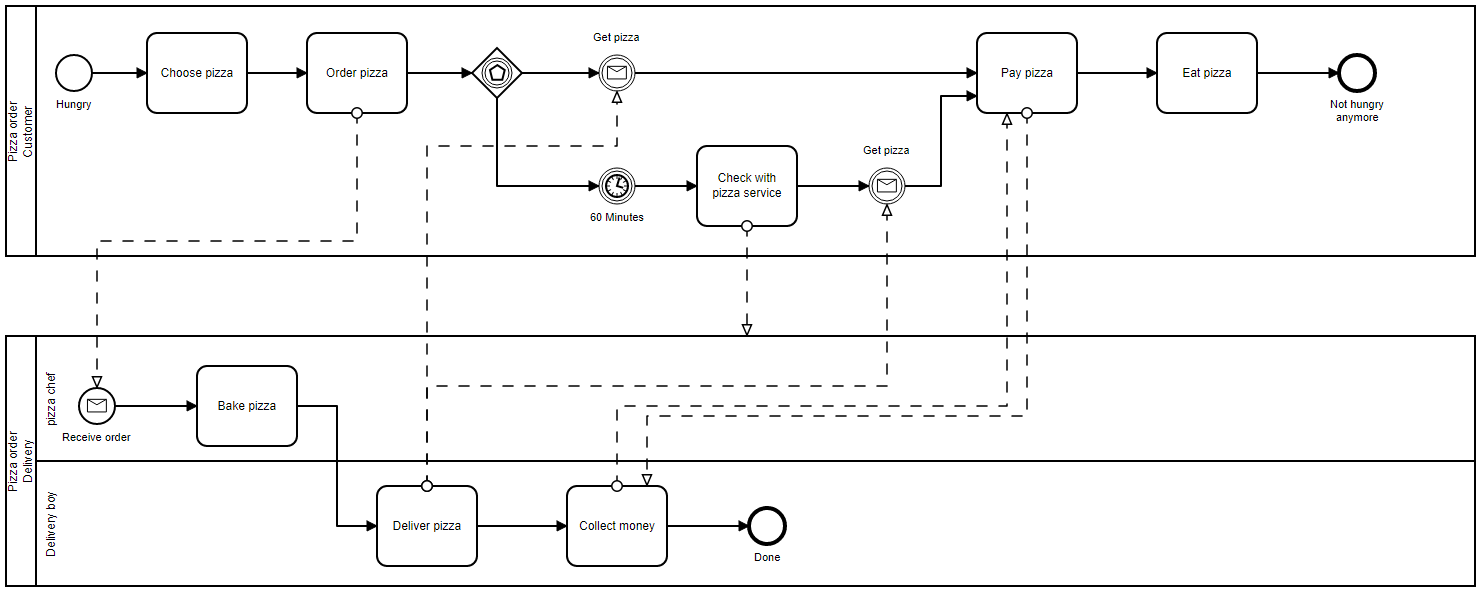
Before: BPMN/PNG/full_process_overview_pizza_service.png, a diagram exported from BPMN (NovatecConsulting/camunda-voice-control). Its source is kept beside it as BPMN/full_process_overview_pizza_service.bpmn. Ids are renumbered.
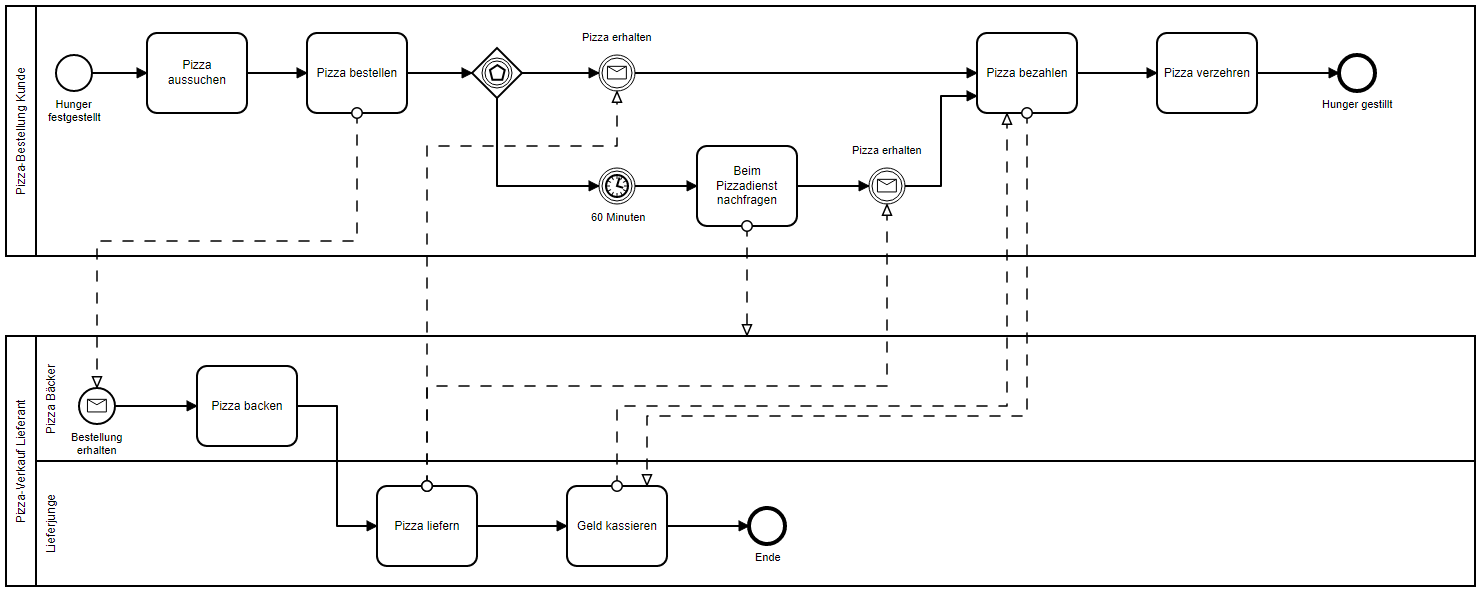
The same diagram one commit later.

Commit message:
chore: updates to the bpmn models

Change to the diagram source:
```diff
@@ -1,7 +1,7 @@
 <bpmn:definitions xmlns:bpmn="http://www.omg.org/spec/BPMN/20100524/MODEL" xmlns:bpmndi="http://www.omg.org/spec/BPMN/20100524/DI" xmlns:dc="http://www.omg.org/spec/DD/20100524/DC" xmlns:di="http://www.omg.org/spec/DD/20100524/DI" xmlns:modeler="http://camunda.org/schema/modeler/1.0" id="Definitions_n1" targetNamespace="http://bpmn.io/schema/bpmn" exporter="Camunda Modeler" exporterVersion="4.11.1" modeler:executionPlatform="Camunda Platform" modeler:executionPlatformVersion="7.15.0">
   <bpmn:collaboration id="Collaboration_n2">
-    <bpmn:participant id="Participant_n3" name="Pizza order&#10;Customer" processRef="Process_n4" />
-    <bpmn:participant id="Participant_n5" name="Pizza order&#10;Delivery" processRef="Process_n6" />
+    <bpmn:participant id="Participant_n3" name="Pizza-Bestellung Kunde" processRef="Process_n4" />
+    <bpmn:participant id="Participant_n5" name="Pizza-Verkauf Lieferant" processRef="Process_n6" />
     <bpmn:messageFlow id="Flow_n7" sourceRef="Activity_n8" targetRef="Event_n9" />
     <bpmn:messageFlow id="Flow_n10" sourceRef="Activity_n11" targetRef="Event_n12" />
     <bpmn:messageFlow id="Flow_n13" sourceRef="Activity_n11" targetRef="Event_n14" />
@@ -10,22 +10,22 @@
     <bpmn:messageFlow id="Flow_n20" sourceRef="Activity_n19" targetRef="Activity_n18" />
   </bpmn:collaboration>
   <bpmn:process id="Process_n4" isExecutable="true">
-    <bpmn:startEvent id="StartEvent_1" name="Hungry">
+    <bpmn:startEvent id="StartEvent_1" name="Hunger festgestellt">
       <bpmn:outgoing>Flow_n21</bpmn:outgoing>
     </bpmn:startEvent>
-    <bpmn:task id="Activity_n22" name="Choose pizza">
+    <bpmn:task id="Activity_n22" name="Pizza aussuchen">
       <bpmn:incoming>Flow_n21</bpmn:incoming>
       <bpmn:outgoing>Flow_n23</bpmn:outgoing>
     </bpmn:task>
-    <bpmn:task id="Activity_n8" name="Order pizza">
+    <bpmn:task id="Activity_n8" name="Pizza bestellen">
       <bpmn:incoming>Flow_n23</bpmn:incoming>
       <bpmn:outgoing>Flow_n24</bpmn:outgoing>
     </bpmn:task>
-    <bpmn:task id="Activity_n16" name="Check with pizza service">
+    <bpmn:task id="Activity_n16" name="Beim Pizzadienst nachfragen">
       <bpmn:incoming>Flow_n25</bpmn:incoming>
       <bpmn:outgoing>Flow_n26</bpmn:outgoing>
     </bpmn:task>
-    <bpmn:task id="Activity_n19" name="Pay pizza">
+    <bpmn:task id="Activity_n19" name="Pizza bezahlen">
       <bpmn:incoming>Flow_n27</bpmn:incoming>
       <bpmn:incoming>Flow_n28</bpmn:incoming>
       <bpmn:outgoing>Flow_n29</bpmn:outgoing>
@@ -42,41 +42,41 @@
     </bpmn:eventBasedGateway>
     <bpmn:sequenceFlow id="Flow_n31" sourceRef="Gateway_n30" targetRef="Event_n33" />
     <bpmn:sequenceFlow id="Flow_n32" sourceRef="Gateway_n30" targetRef="Event_n12" />
-    <bpmn:intermediateCatchEvent id="Event_n12" name="Get pizza">
+    <bpmn:intermediateCatchEvent id="Event_n12" name="Pizza erhalten">
       <bpmn:incoming>Flow_n32</bpmn:incoming>
       <bpmn:outgoing>Flow_n28</bpmn:outgoing>
       <bpmn:messageEventDefinition id="MessageEventDefinition_n34" />
     </bpmn:intermediateCatchEvent>
-    <bpmn:intermediateCatchEvent id="Event_n33" name="60 Minutes">
+    <bpmn:intermediateCatchEvent id="Event_n33" name="60 Minuten">
       <bpmn:incoming>Flow_n31</bpmn:incoming>
       <bpmn:outgoing>Flow_n25</bpmn:outgoing>
       <bpmn:timerEventDefinition id="TimerEventDefinition_n35" />
     </bpmn:intermediateCatchEvent>
     <bpmn:sequenceFlow id="Flow_n25" sourceRef="Event_n33" targetRef="Activity_n16" />
     <bpmn:sequenceFlow id="Flow_n28" sourceRef="Event_n12" targetRef="Activity_n19" />
-    <bpmn:intermediateCatchEvent id="Event_n14" name="Get pizza">
+    <bpmn:intermediateCatchEvent id="Event_n14" name="Pizza erhalten">
       <bpmn:incoming>Flow_n26</bpmn:incoming>
       <bpmn:outgoing>Flow_n27</bpmn:outgoing>
       <bpmn:messageEventDefinition id="MessageEventDefinition_n36" />
     </bpmn:intermediateCatchEvent>
-    <bpmn:task id="Activity_n37" name="Eat pizza">
+    <bpmn:task id="Activity_n37" name="Pizza verzehren">
       <bpmn:incoming>Flow_n29</bpmn:incoming>
       <bpmn:outgoing>Flow_n38</bpmn:outgoing>
     </bpmn:task>
     <bpmn:sequenceFlow id="Flow_n29" sourceRef="Activity_n19" targetRef="Activity_n37" />
-    <bpmn:endEvent id="Event_n39" name="Not hungry anymore">
+    <bpmn:endEvent id="Event_n39" name="Hunger gestillt">
       <bpmn:incoming>Flow_n38</bpmn:incoming>
     </bpmn:endEvent>
     <bpmn:sequenceFlow id="Flow_n38" sourceRef="Activity_n37" targetRef="Event_n39" />
   </bpmn:process>
   <bpmn:process id="Process_n6" isExecutable="false">
     <bpmn:laneSet id="LaneSet_n40">
-      <bpmn:lane id="Lane_n41" name="Delivery boy">
+      <bpmn:lane id="Lane_n41" name="Lieferjunge">
         <bpmn:flowNodeRef>Activity_n11</bpmn:flowNodeRef>
         <bpmn:flowNodeRef>Activity_n18</bpmn:flowNodeRef>
         <bpmn:flowNodeRef>Event_n42</bpmn:flowNodeRef>
       </bpmn:lane>
-      <bpmn:lane id="Lane_n43" name="pizza chef">
+      <bpmn:lane id="Lane_n43" name="Pizza Bäcker">
         <bpmn:flowNodeRef>Event_n9</bpmn:flowNodeRef>
         <bpmn:flowNodeRef>Activity_n44</bpmn:flowNodeRef>
       </bpmn:lane>
@@ -84,23 +84,23 @@
     <bpmn:sequenceFlow id="Flow_n45" sourceRef="Activity_n18" targetRef="Event_n42" />
     <bpmn:sequenceFlow id="Flow_n46" sourceRef="Activity_n44" targetRef="Activity_n11" />
     <bpmn:sequenceFlow id="Flow_n47" sourceRef="Event_n9" targetRef="Activity_n44" />
-    <bpmn:startEvent id="Event_n9" name="Receive order">
+    <bpmn:startEvent id="Event_n9" name="Bestellung erhalten">
       <bpmn:outgoing>Flow_n47</bpmn:outgoing>
       <bpmn:messageEventDefinition id="MessageEventDefinition_n48" />
     </bpmn:startEvent>
-    <bpmn:task id="Activity_n11" name="Deliver pizza">
+    <bpmn:task id="Activity_n11" name="Pizza liefern">
       <bpmn:incoming>Flow_n46</bpmn:incoming>
       <bpmn:outgoing>Flow_n49</bpmn:outgoing>
     </bpmn:task>
-    <bpmn:task id="Activity_n18" name="Collect money">
+    <bpmn:task id="Activity_n18" name="Geld kassieren">
       <bpmn:incoming>Flow_n49</bpmn:incoming>
       <bpmn:outgoing>Flow_n45</bpmn:outgoing>
     </bpmn:task>
     <bpmn:sequenceFlow id="Flow_n49" sourceRef="Activity_n11" targetRef="Activity_n18" />
-    <bpmn:endEvent id="Event_n42" name="Done">
+    <bpmn:endEvent id="Event_n42" name="Ende">
       <bpmn:incoming>Flow_n45</bpmn:incoming>
     </bpmn:endEvent>
-    <bpmn:task id="Activity_n44" name="Bake pizza">
+    <bpmn:task id="Activity_n44" name="Pizza backen">
       <bpmn:incoming>Flow_n47</bpmn:incoming>
       <bpmn:outgoing>Flow_n46</bpmn:outgoing>
     </bpmn:task>
@@ -110,21 +110,30 @@
       <bpmndi:BPMNShape id="Participant_n3_di" bpmnElement="Participant_n3" isHorizontal="true">
         <dc:Bounds x="129" y="110" width="1469" height="250" />
       </bpmndi:BPMNShape>
-      <bpmndi:BPMNEdge id="Flow_n21_di" bpmnElement="Flow_n21">
-        <di:waypoint x="215" y="177" />
-        <di:waypoint x="270" y="177" />
+      <bpmndi:BPMNEdge id="Flow_n38_di" bpmnElement="Flow_n38">
+        <di:waypoint x="1380" y="177" />
+        <di:waypoint x="1462" y="177" />
       </bpmndi:BPMNEdge>
-      <bpmndi:BPMNEdge id="Flow_n23_di" bpmnElement="Flow_n23">
-        <di:waypoint x="370" y="177" />
-        <di:waypoint x="430" y="177" />
+      <bpmndi:BPMNEdge id="Flow_n29_di" bpmnElement="Flow_n29">
+        <di:waypoint x="1200" y="177" />
+        <di:waypoint x="1280" y="177" />
       </bpmndi:BPMNEdge>
-      <bpmndi:BPMNEdge id="Flow_n24_di" bpmnElement="Flow_n24">
-        <di:waypoint x="530" y="177" />
-        <di:waypoint x="595" y="177" />
+      <bpmndi:BPMNEdge id="Flow_n28_di" bpmnElement="Flow_n28">
+        <di:waypoint x="758" y="177" />
+        <di:waypoint x="1100" y="177" />
       </bpmndi:BPMNEdge>
-      <bpmndi:BPMNEdge id="Flow_n26_di" bpmnElement="Flow_n26">
-        <di:waypoint x="920" y="290" />
-        <di:waypoint x="992" y="290" />
+      <bpmndi:BPMNEdge id="Flow_n25_di" bpmnElement="Flow_n25">
+        <di:waypoint x="758" y="290" />
+        <di:waypoint x="820" y="290" />
+      </bpmndi:BPMNEdge>
+      <bpmndi:BPMNEdge id="Flow_n32_di" bpmnElement="Flow_n32">
+        <di:waypoint x="645" y="177" />
+        <di:waypoint x="722" y="177" />
+      </bpmndi:BPMNEdge>
+      <bpmndi:BPMNEdge id="Flow_n31_di" bpmnElement="Flow_n31">
+        <di:waypoint x="620" y="202" />
+        <di:waypoint x="620" y="290" />
+        <di:waypoint x="722" y="290" />
       </bpmndi:BPMNEdge>
       <bpmndi:BPMNEdge id="Flow_n27_di" bpmnElement="Flow_n27">
         <di:waypoint x="1028" y="290" />
@@ -132,35 +141,26 @@
         <di:waypoint x="1064" y="200" />
         <di:waypoint x="1100" y="200" />
       </bpmndi:BPMNEdge>
-      <bpmndi:BPMNEdge id="Flow_n31_di" bpmnElement="Flow_n31">
-        <di:waypoint x="620" y="202" />
-        <di:waypoint x="620" y="290" />
-        <di:waypoint x="722" y="290" />
+      <bpmndi:BPMNEdge id="Flow_n26_di" bpmnElement="Flow_n26">
+        <di:waypoint x="920" y="290" />
+        <di:waypoint x="992" y="290" />
       </bpmndi:BPMNEdge>
-      <bpmndi:BPMNEdge id="Flow_n32_di" bpmnElement="Flow_n32">
-        <di:waypoint x="645" y="177" />
-        <di:waypoint x="722" y="177" />
+      <bpmndi:BPMNEdge id="Flow_n24_di" bpmnElement="Flow_n24">
+        <di:waypoint x="530" y="177" />
+        <di:waypoint x="595" y="177" />
       </bpmndi:BPMNEdge>
-      <bpmndi:BPMNEdge id="Flow_n25_di" bpmnElement="Flow_n25">
-        <di:waypoint x="758" y="290" />
-        <di:waypoint x="820" y="290" />
+      <bpmndi:BPMNEdge id="Flow_n23_di" bpmnElement="Flow_n23">
+        <di:waypoint x="370" y="177" />
+        <di:waypoint x="430" y="177" />
       </bpmndi:BPMNEdge>
-      <bpmndi:BPMNEdge id="Flow_n28_di" bpmnElement="Flow_n28">
-        <di:waypoint x="758" y="177" />
-        <di:waypoint x="1100" y="177" />
-      </bpmndi:BPMNEdge>
-      <bpmndi:BPMNEdge id="Flow_n29_di" bpmnElement="Flow_n29">
-        <di:waypoint x="1200" y="177" />
-        <di:waypoint x="1280" y="177" />
-      </bpmndi:BPMNEdge>
-      <bpmndi:BPMNEdge id="Flow_n38_di" bpmnElement="Flow_n38">
-        <di:waypoint x="1380" y="177" />
-        <di:waypoint x="1462" y="177" />
+      <bpmndi:BPMNEdge id="Flow_n21_di" bpmnElement="Flow_n21">
+        <di:waypoint x="215" y="177" />
+        <di:waypoint x="270" y="177" />
       </bpmndi:BPMNEdge>
       <bpmndi:BPMNShape id="_BPMNShape_StartEvent_2" bpmnElement="StartEvent_1">
         <dc:Bounds x="179" y="159" width="36" height="36" />
         <bpmndi:BPMNLabel>
-          <dc:Bounds x="179" y="202" width="36" height="14" />
+          <dc:Bounds x="171" y="202" width="53" height="27" />
         </bpmndi:BPMNLabel>
       </bpmndi:BPMNShape>
       <bpmndi:BPMNShape id="Activity_n22_di" bpmnElement="Activity_n22">
@@ -181,19 +181,19 @@
       <bpmndi:BPMNShape id="Event_n12_di" bpmnElement="Event_n12">
         <dc:Bounds x="722" y="159" width="36" height="36" />
         <bpmndi:BPMNLabel>
-          <dc:Bounds x="716" y="135" width="47" height="14" />
+          <dc:Bounds x="705" y="135" width="70" height="14" />
         </bpmndi:BPMNLabel>
       </bpmndi:BPMNShape>
       <bpmndi:BPMNShape id="Event_n33_di" bpmnElement="Event_n33">
         <dc:Bounds x="722" y="272" width="36" height="36" />
         <bpmndi:BPMNLabel>
-          <dc:Bounds x="713" y="315" width="55" height="14" />
+          <dc:Bounds x="714" y="315" width="55" height="14" />
         </bpmndi:BPMNLabel>
       </bpmndi:BPMNShape>
       <bpmndi:BPMNShape id="Event_0er656a_di" bpmnElement="Event_n14">
         <dc:Bounds x="992" y="272" width="36" height="36" />
         <bpmndi:BPMNLabel>
-          <dc:Bounds x="986" y="248" width="47" height="14" />
+          <dc:Bounds x="975" y="248" width="70" height="14" />
         </bpmndi:BPMNLabel>
       </bpmndi:BPMNShape>
       <bpmndi:BPMNShape id="Activity_n37_di" bpmnElement="Activity_n37">
@@ -202,7 +202,7 @@
       <bpmndi:BPMNShape id="Event_n39_di" bpmnElement="Event_n39">
         <dc:Bounds x="1462" y="159" width="36" height="36" />
         <bpmndi:BPMNLabel>
-          <dc:Bounds x="1453" y="202" width="55" height="27" />
+          <dc:Bounds x="1445" y="202" width="72" height="14" />
         </bpmndi:BPMNLabel>
       </bpmndi:BPMNShape>
       <bpmndi:BPMNShape id="Participant_n5_di" bpmnElement="Participant_n5" isHorizontal="true">
@@ -214,6 +214,10 @@
       <bpmndi:BPMNShape id="Lane_n41_di" bpmnElement="Lane_n41" isHorizontal="true">
         <dc:Bounds x="159" y="565" width="1439" height="125" />
       </bpmndi:BPMNShape>
+      <bpmndi:BPMNEdge id="Flow_n49_di" bpmnElement="Flow_n49">
+        <di:waypoint x="600" y="630" />
+        <di:waypoint x="690" y="630" />
+      </bpmndi:BPMNEdge>
       <bpmndi:BPMNEdge id="Flow_n47_di" bpmnElement="Flow_n47">
         <di:waypoint x="238" y="510" />
         <di:waypoint x="320" y="510" />
@@ -228,14 +232,10 @@
         <di:waypoint x="790" y="630" />
         <di:waypoint x="872" y="630" />
       </bpmndi:BPMNEdge>
-      <bpmndi:BPMNEdge id="Flow_n49_di" bpmnElement="Flow_n49">
-        <di:waypoint x="600" y="630" />
-        <di:waypoint x="690" y="630" />
-      </bpmndi:BPMNEdge>
       <bpmndi:BPMNShape id="Event_0gt8egg_di" bpmnElement="Event_n9">
         <dc:Bounds x="202" y="492" width="36" height="36" />
         <bpmndi:BPMNLabel>
-          <dc:Bounds x="185" y="535" width="70" height="14" />
+          <dc:Bounds x="194" y="535" width="52" height="27" />
         </bpmndi:BPMNLabel>
       </bpmndi:BPMNShape>
       <bpmndi:BPMNShape id="Activity_n11_di" bpmnElement="Activity_n11">
@@ -247,7 +247,7 @@
       <bpmndi:BPMNShape id="Event_n42_di" bpmnElement="Event_n42">
         <dc:Bounds x="872" y="612" width="36" height="36" />
         <bpmndi:BPMNLabel>
-          <dc:Bounds x="877" y="655" width="27" height="14" />
+          <dc:Bounds x="878" y="655" width="26" height="14" />
         </bpmndi:BPMNLabel>
       </bpmndi:BPMNShape>
       <bpmndi:BPMNShape id="Activity_n44_di" bpmnElement="Activity_n44">
```
